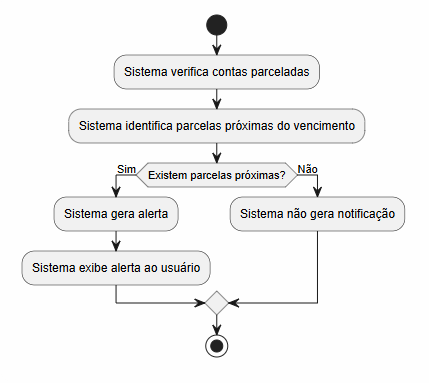
Earlier version of the PlantUML export docs/modelagem/atividades/alertas.png (Nathan-Edu/Financa-Facil). Its source is kept beside it as docs/modelagem/atividades/alertas.puml.
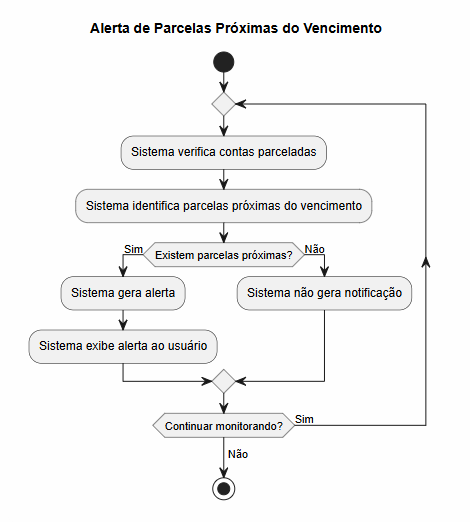
Later version of the same file.

The edit, as a diff of the source:
```diff
@@ -1,15 +1,21 @@
 @startuml
+title Alerta de Parcelas Próximas do Vencimento
+
 start
 
-:Sistema verifica contas parceladas;
-:Sistema identifica parcelas próximas do vencimento;
+repeat
+  :Sistema verifica contas parceladas;
+  :Sistema identifica parcelas próximas do vencimento;
 
-if (Existem parcelas próximas?) then (Sim)
-  :Sistema gera alerta;
-  :Sistema exibe alerta ao usuário;
-else (Não)
-  :Sistema não gera notificação;
-endif
+  if (Existem parcelas próximas?) then (Sim)
+    :Sistema gera alerta;
+    :Sistema exibe alerta ao usuário;
+  else (Não)
+    :Sistema não gera notificação;
+  endif
+
+repeat while (Continuar monitorando?) is (Sim)
+-> Não;
 
 stop
 @enduml
```
